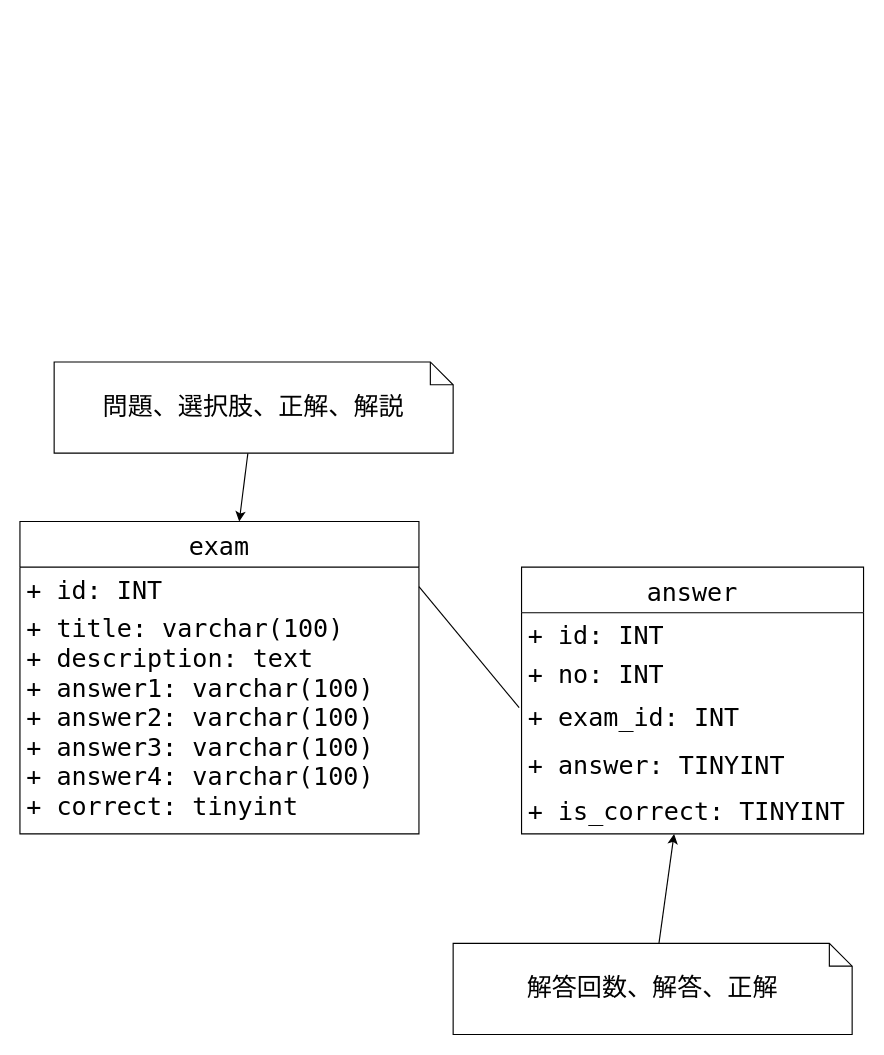
Before: page "データベースクラス" (3 of 4) of uml.drawio in k-irie/exam, a draw.io diagram. Source tidied: cells renumbered, new cells numbered last; positions are measured from the earlier drawing's top-left corner, leaving out a move shared by most shapes. Both pictures are drawn from the tidied source at 114%, with x=0, y=0 at pixel (19, 361).
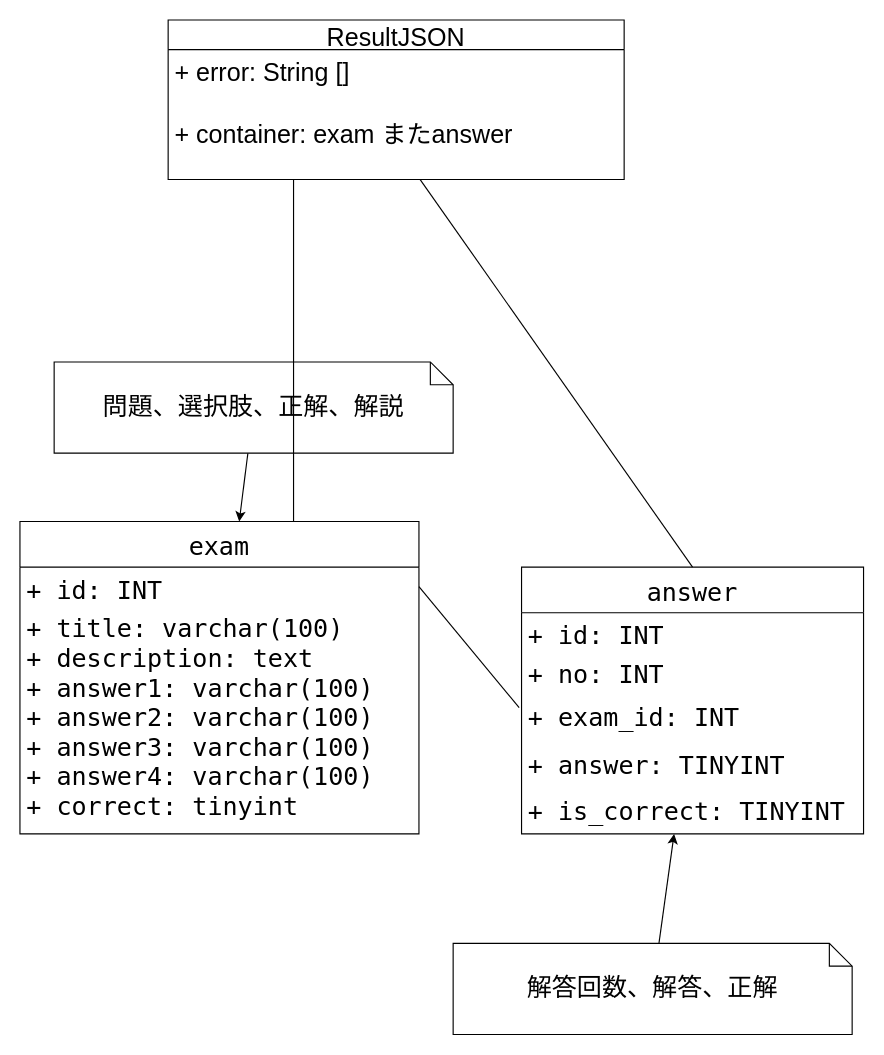
The same page after the edit.

The change refers to these unchanged cells:
```xml
<mxCell id="2" value="exam" style="swimlane;fontStyle=0;horizontal=1;startSize=40;fillColor=none;fontSize=22;fontFamily=Lucida Console;" parent="1" vertex="1">
  <mxGeometry y="140" width="350" height="274" as="geometry" />
</mxCell>
<mxCell id="5" value="answer" style="swimlane;fontStyle=0;horizontal=1;startSize=40;fillColor=none;fontSize=22;fontFamily=Lucida Console;" parent="1" vertex="1">
  <mxGeometry x="440" y="180" width="300" height="234" as="geometry" />
</mxCell>
```

Change to the diagram source:
```diff
@@
+    <mxCell id="16" style="edgeStyle=elbowEdgeStyle;html=1;fontSize=22;endArrow=none;endFill=0;" parent="1" edge="1" source="17" target="2">
+      <mxGeometry relative="1" as="geometry" />
+    </mxCell>
+    <mxCell id="17" value="ResultJSON" style="swimlane;fontStyle=0;horizontal=1;startSize=26;fillColor=none;labelBackgroundColor=none;labelBorderColor=none;strokeColor=default;fontSize=22;" parent="1" vertex="1">
+      <mxGeometry x="130" y="-300" width="400" height="140" as="geometry" />
+    </mxCell>
+    <mxCell id="18" value="+ error: String []" style="text;strokeColor=none;fillColor=none;align=left;verticalAlign=top;spacingLeft=4;spacingRight=4;overflow=hidden;labelBackgroundColor=none;labelBorderColor=none;fontSize=22;" parent="17" vertex="1">
+      <mxGeometry y="26" width="400" height="54" as="geometry" />
+    </mxCell>
+    <mxCell id="19" value="+ container: exam またanswer" style="text;strokeColor=none;fillColor=none;align=left;verticalAlign=top;spacingLeft=4;spacingRight=4;overflow=hidden;points=[[0,0.5],[1,0.5]];portConstraint=eastwest;labelBackgroundColor=none;labelBorderColor=none;fontSize=22;" parent="17" vertex="1">
+      <mxGeometry y="80" width="400" height="60" as="geometry" />
+    </mxCell>
+    <mxCell id="20" style="html=1;entryX=0.5;entryY=0;entryDx=0;entryDy=0;fontSize=22;endArrow=none;endFill=0;" parent="1" edge="1" source="19" target="5">
+      <mxGeometry relative="1" as="geometry" />
+    </mxCell>
```
